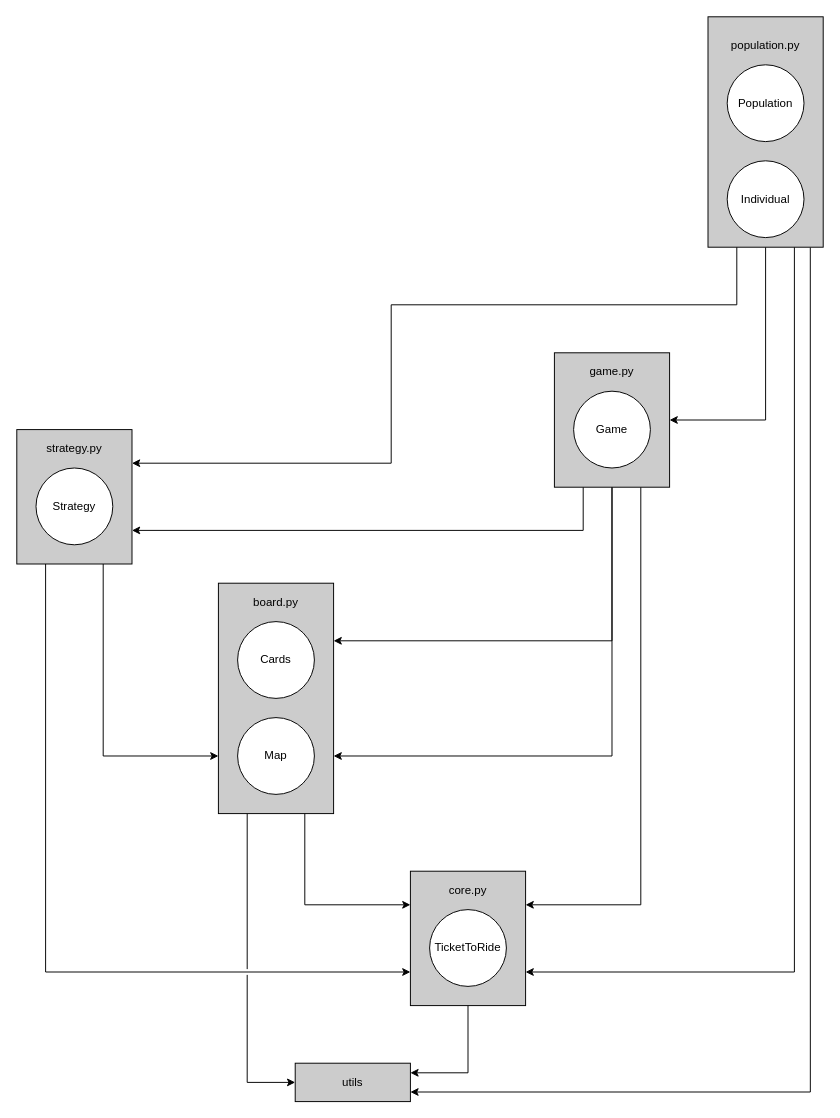
Above: info/dependencies.drawio in egaffincahn/ticket-to-ride (draw.io), before the change. Source tidied: cells renumbered, new cells numbered last; positions are measured from the earlier drawing's top-left corner, leaving out a move shared by most shapes. Both pictures are drawn from the tidied source at 96%, with x=0, y=0 at pixel (16, 16).
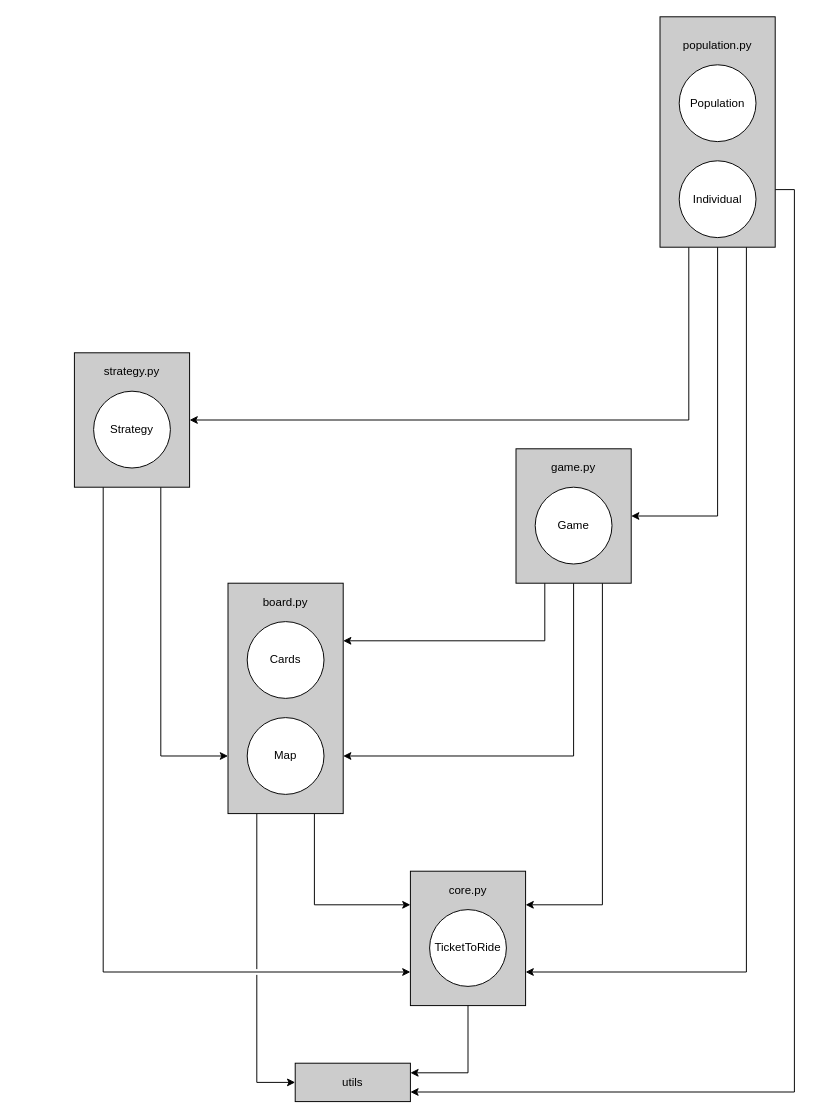
The same page after the edit.

The change refers to these unchanged cells:
```xml
<mxCell id="11" style="rounded=0;whiteSpace=wrap;html=1;fillColor=#CCCCCC;gradientColor=none;" parent="1" vertex="1">
  <mxGeometry x="410" y="890" width="120" height="140" as="geometry" />
</mxCell>
<mxCell id="14" style="rounded=0;whiteSpace=wrap;html=1;fillColor=#CCCCCC;gradientColor=none;" parent="1" vertex="1">
  <mxGeometry x="290" y="1090" width="120" height="40" as="geometry" />
</mxCell>
```

Change to the diagram source:
```diff
@@
-    <mxCell id="2" style="edgeStyle=orthogonalEdgeStyle;rounded=0;jettySize=auto;html=1;exitX=0.75;exitY=1;exitDx=0;exitDy=0;entryX=1;entryY=0.75;entryDx=0;entryDy=0;" parent="1" edge="1" source="6" target="11">
+    <mxCell id="2" style="edgeStyle=orthogonalEdgeStyle;rounded=0;jettySize=auto;html=1;exitX=0.75;exitY=1;exitDx=0;exitDy=0;entryX=1;entryY=0.75;entryDx=0;entryDy=0;jumpStyle=gap;" parent="1" edge="1" source="6" target="11">
       <mxGeometry relative="1" as="geometry" />
     </mxCell>
@@
-    <mxCell id="4" style="edgeStyle=orthogonalEdgeStyle;rounded=0;jumpStyle=gap;jumpSize=10;jettySize=auto;html=1;exitX=0.888;exitY=1.001;exitDx=0;exitDy=0;entryX=1;entryY=0.75;entryDx=0;entryDy=0;exitPerimeter=0;" parent="1" edge="1" source="6" target="14">
+    <mxCell id="4" style="edgeStyle=orthogonalEdgeStyle;rounded=0;jumpStyle=gap;jumpSize=10;jettySize=auto;html=1;exitX=1;exitY=0.75;exitDx=0;exitDy=0;entryX=1;entryY=0.75;entryDx=0;entryDy=0;" parent="1" edge="1" source="6" target="14">
       <mxGeometry relative="1" as="geometry" />
     </mxCell>
-    <mxCell id="5" style="edgeStyle=orthogonalEdgeStyle;rounded=0;jumpStyle=gap;jumpSize=10;jettySize=auto;html=1;entryX=1;entryY=0.25;entryDx=0;entryDy=0;exitX=0.25;exitY=1;exitDx=0;exitDy=0;" parent="1" edge="1" source="6" target="18">
+    <mxCell id="5" style="edgeStyle=orthogonalEdgeStyle;rounded=0;jumpStyle=gap;jumpSize=10;jettySize=auto;html=1;entryX=1;entryY=0.5;entryDx=0;entryDy=0;exitX=0.25;exitY=1;exitDx=0;exitDy=0;" parent="1" edge="1" source="6" target="18">
       <mxGeometry relative="1" as="geometry">
         <Array as="points">
-          <mxPoint x="750" y="300" />
-          <mxPoint x="390" y="300" />
-          <mxPoint x="390" y="465" />
+          <mxPoint x="700" y="420" />
         </Array>
       </mxGeometry>
     </mxCell>
     <mxCell id="6" style="rounded=0;whiteSpace=wrap;html=1;fillColor=#CCCCCC;gradientColor=none;" parent="1" vertex="1">
-      <mxGeometry x="720" width="120" height="240" as="geometry" />
+      <mxGeometry x="670" width="120" height="240" as="geometry" />
     </mxCell>
     <mxCell id="7" value="Population" style="ellipse;whiteSpace=wrap;html=1;" parent="1" vertex="1">
-      <mxGeometry x="740" y="50" width="80" height="80" as="geometry" />
+      <mxGeometry x="690" y="50" width="80" height="80" as="geometry" />
     </mxCell>
     <mxCell id="8" value="Individual" style="ellipse;whiteSpace=wrap;html=1;" parent="1" vertex="1">
-      <mxGeometry x="740" y="150" width="80" height="80" as="geometry" />
+      <mxGeometry x="690" y="150" width="80" height="80" as="geometry" />
     </mxCell>
     <mxCell id="9" value="population.py" style="text;html=1;strokeColor=none;fillColor=none;align=center;verticalAlign=middle;whiteSpace=wrap;rounded=0;" parent="1" vertex="1">
-      <mxGeometry x="760" y="20" width="40" height="20" as="geometry" />
+      <mxGeometry x="710" y="20" width="40" height="20" as="geometry" />
     </mxCell>
@@
     <mxCell id="18" style="rounded=0;whiteSpace=wrap;html=1;fillColor=#CCCCCC;gradientColor=none;" parent="1" vertex="1">
-      <mxGeometry y="430" width="120" height="140" as="geometry" />
+      <mxGeometry x="60" y="350" width="120" height="140" as="geometry" />
     </mxCell>
     <mxCell id="19" value="Strategy" style="ellipse;whiteSpace=wrap;html=1;" parent="1" vertex="1">
-      <mxGeometry x="20" y="470" width="80" height="80" as="geometry" />
+      <mxGeometry x="80" y="390" width="80" height="80" as="geometry" />
     </mxCell>
     <mxCell id="20" value="strategy.py" style="text;html=1;strokeColor=none;fillColor=none;align=center;verticalAlign=middle;whiteSpace=wrap;rounded=0;" parent="1" vertex="1">
-      <mxGeometry x="40" y="440" width="40" height="20" as="geometry" />
+      <mxGeometry x="100" y="360" width="40" height="20" as="geometry" />
     </mxCell>
@@
     <mxCell id="23" style="rounded=0;whiteSpace=wrap;html=1;fillColor=#CCCCCC;gradientColor=none;" parent="1" vertex="1">
-      <mxGeometry x="210" y="590" width="120" height="240" as="geometry" />
+      <mxGeometry x="220" y="590" width="120" height="240" as="geometry" />
     </mxCell>
     <mxCell id="24" value="Cards" style="ellipse;whiteSpace=wrap;html=1;" parent="1" vertex="1">
-      <mxGeometry x="230" y="630" width="80" height="80" as="geometry" />
+      <mxGeometry x="240" y="630" width="80" height="80" as="geometry" />
     </mxCell>
     <mxCell id="25" value="Map" style="ellipse;whiteSpace=wrap;html=1;" parent="1" vertex="1">
-      <mxGeometry x="230" y="730" width="80" height="80" as="geometry" />
+      <mxGeometry x="240" y="730" width="80" height="80" as="geometry" />
     </mxCell>
     <mxCell id="26" value="board.py" style="text;html=1;strokeColor=none;fillColor=none;align=center;verticalAlign=middle;whiteSpace=wrap;rounded=0;" parent="1" vertex="1">
-      <mxGeometry x="250" y="600" width="40" height="20" as="geometry" />
+      <mxGeometry x="260" y="600" width="40" height="20" as="geometry" />
     </mxCell>
@@
-    <mxCell id="28" style="edgeStyle=orthogonalEdgeStyle;rounded=0;jumpStyle=gap;jettySize=auto;html=1;exitX=0.25;exitY=1;exitDx=0;exitDy=0;entryX=1;entryY=0.75;entryDx=0;entryDy=0;jumpSize=10;" parent="1" edge="1" source="31" target="18">
-      <mxGeometry relative="1" as="geometry" />
-    </mxCell>
-    <mxCell id="29" style="edgeStyle=orthogonalEdgeStyle;rounded=0;jumpStyle=gap;jumpSize=10;jettySize=auto;html=1;exitX=0.5;exitY=1;exitDx=0;exitDy=0;entryX=1;entryY=0.25;entryDx=0;entryDy=0;" parent="1" edge="1" source="31" target="23">
+    <mxCell id="29" style="edgeStyle=orthogonalEdgeStyle;rounded=0;jumpStyle=gap;jumpSize=10;jettySize=auto;html=1;exitX=0.25;exitY=1;exitDx=0;exitDy=0;entryX=1;entryY=0.25;entryDx=0;entryDy=0;" parent="1" edge="1" source="31" target="23">
       <mxGeometry relative="1" as="geometry" />
     </mxCell>
@@
     <mxCell id="31" style="rounded=0;whiteSpace=wrap;html=1;fillColor=#CCCCCC;gradientColor=none;" parent="1" vertex="1">
-      <mxGeometry x="560" y="350" width="120" height="140" as="geometry" />
+      <mxGeometry x="520" y="450" width="120" height="140" as="geometry" />
     </mxCell>
     <mxCell id="32" value="Game" style="ellipse;whiteSpace=wrap;html=1;" parent="1" vertex="1">
-      <mxGeometry x="580" y="390" width="80" height="80" as="geometry" />
+      <mxGeometry x="540" y="490" width="80" height="80" as="geometry" />
     </mxCell>
     <mxCell id="33" value="game.py" style="text;html=1;strokeColor=none;fillColor=none;align=center;verticalAlign=middle;whiteSpace=wrap;rounded=0;" parent="1" vertex="1">
-      <mxGeometry x="600" y="360" width="40" height="20" as="geometry" />
+      <mxGeometry x="560" y="460" width="40" height="20" as="geometry" />
     </mxCell>
```
